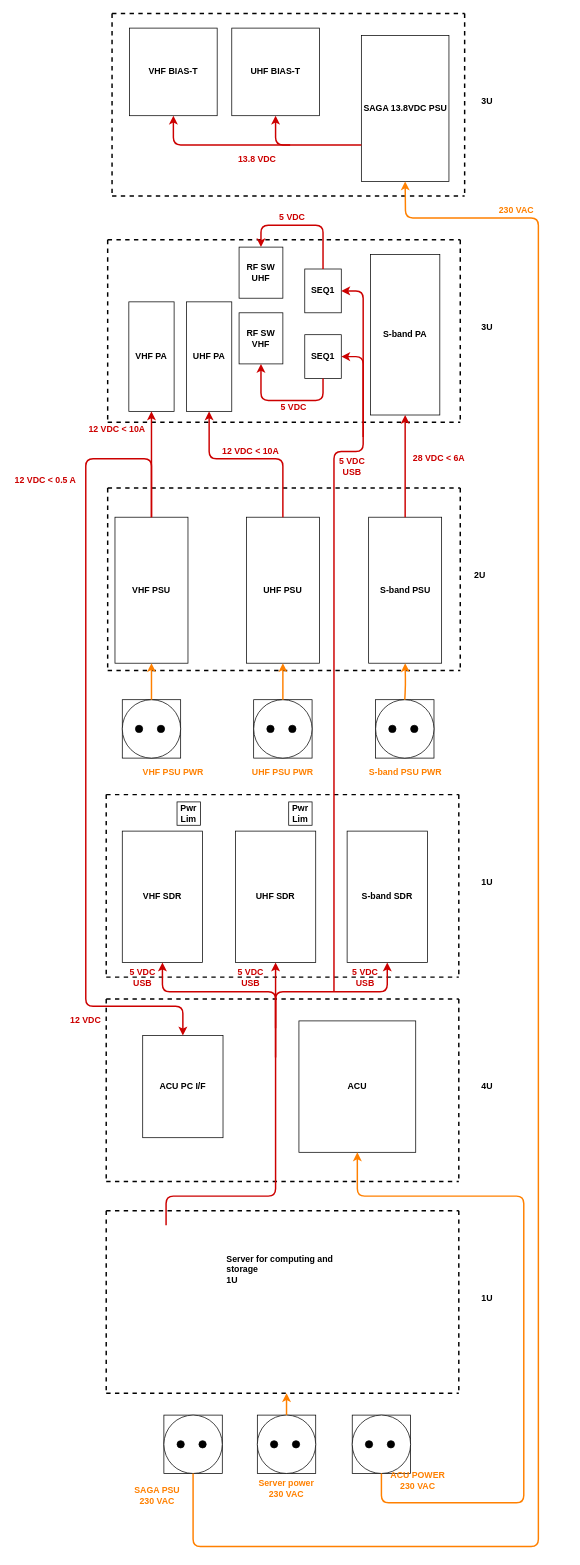
This is design-diagrams/19-inch-design_pwr.drawio from melfvelin/kirunags, a draw.io file, before an edit. Source tidied: cells renumbered, new cells numbered last; positions are measured from the earlier drawing's top-left corner, leaving out a move shared by most shapes. Both pictures are drawn from the tidied source at 73%, with x=0, y=0 at pixel (12, 13).
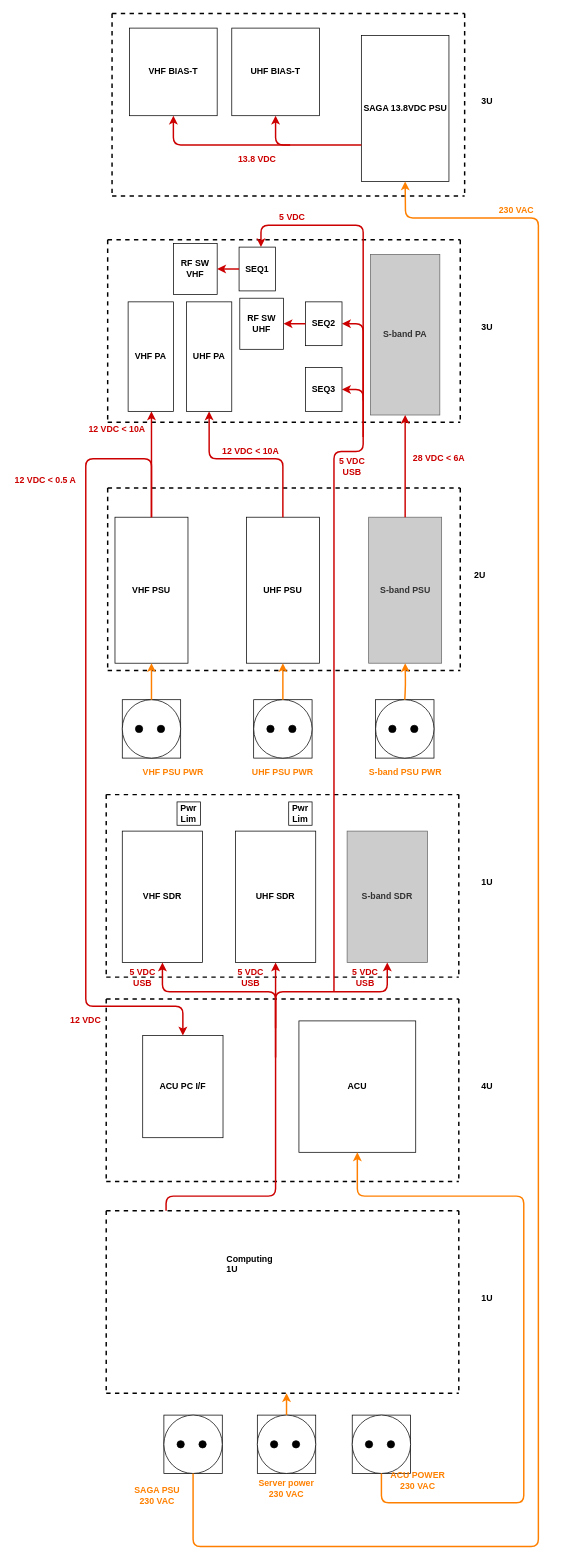
Above is the later version.

Commit message (it also covers changes not shown here):
added design diagrams

Unchanged cells that the change refers to:
```xml
<mxCell id="9" value="UHF PSU" style="rounded=0;whiteSpace=wrap;html=1;fontStyle=1;" parent="1" vertex="1">
  <mxGeometry x="320" y="690" width="100" height="200" as="geometry" />
</mxCell>
<mxCell id="14" value="VHF PSU" style="rounded=0;whiteSpace=wrap;html=1;fontStyle=1;" parent="1" vertex="1">
  <mxGeometry x="140" y="690" width="100" height="200" as="geometry" />
</mxCell>
<mxCell id="51" value="VHF SDR" style="rounded=0;whiteSpace=wrap;html=1;fillColor=#FFFFFF;fontStyle=1;" parent="1" vertex="1">
  <mxGeometry x="150" y="1120" width="110" height="180" as="geometry" />
</mxCell>
```

The edit, as a diff of the source:
```diff
@@
-    <mxCell id="6" value="VHF PA" style="rounded=0;whiteSpace=wrap;html=1;fontStyle=1;" parent="1" vertex="1">
-      <mxGeometry x="159" y="395" width="62" height="150" as="geometry" />
-    </mxCell>
-    <mxCell id="7" value="UHF PA" style="rounded=0;whiteSpace=wrap;html=1;fontStyle=1;" parent="1" vertex="1">
-      <mxGeometry x="238" y="395" width="62" height="150" as="geometry" />
-    </mxCell>
-    <mxCell id="8" value="S-band PSU" style="rounded=0;whiteSpace=wrap;html=1;fontStyle=1;" parent="1" vertex="1">
+    <mxCell id="8" value="S-band PSU" style="rounded=0;whiteSpace=wrap;html=1;fontStyle=1;strokeColor=#666666;fontColor=#333333;fillColor=#CCCCCC;" parent="1" vertex="1">
       <mxGeometry x="487.5" y="690" width="100" height="200" as="geometry" />
     </mxCell>
@@
-    <mxCell id="15" value="S-band PA" style="rounded=0;whiteSpace=wrap;html=1;fontStyle=1;" parent="1" vertex="1">
+    <mxCell id="15" value="S-band PA" style="rounded=0;whiteSpace=wrap;html=1;fontStyle=1;strokeColor=#666666;fontColor=#333333;fillColor=#CCCCCC;" parent="1" vertex="1">
       <mxGeometry x="490" y="330" width="95" height="220" as="geometry" />
     </mxCell>
@@
-    <mxCell id="18" value="RF SW&lt;br&gt;UHF" style="rounded=0;whiteSpace=wrap;html=1;rotation=0;fontStyle=1;" parent="1" vertex="1">
-      <mxGeometry x="310" y="320" width="60" height="70" as="geometry" />
-    </mxCell>
@@
-    <mxCell id="23" value="RF SW&lt;br&gt;VHF" style="rounded=0;whiteSpace=wrap;html=1;rotation=0;fontStyle=1;" parent="1" vertex="1">
-      <mxGeometry x="310" y="410" width="60" height="70" as="geometry" />
-    </mxCell>
@@
-    <mxCell id="39" value="SEQ1" style="rounded=0;whiteSpace=wrap;html=1;fillColor=#FFFFFF;fontStyle=1;" parent="1" vertex="1">
-      <mxGeometry x="400" y="350" width="50" height="60" as="geometry" />
-    </mxCell>
-    <mxCell id="40" value="SEQ1" style="rounded=0;whiteSpace=wrap;html=1;fillColor=#FFFFFF;fontStyle=1;" parent="1" vertex="1">
-      <mxGeometry x="400" y="440" width="50" height="60" as="geometry" />
-    </mxCell>
@@
-    <mxCell id="50" value="Server for computing and storage&lt;br&gt;1U" style="text;html=1;strokeColor=none;fillColor=none;spacing=5;spacingTop=-20;whiteSpace=wrap;overflow=hidden;rounded=0;fontStyle=1;" parent="1" vertex="1">
+    <mxCell id="50" value="Computing&lt;br&gt;1U" style="text;html=1;strokeColor=none;fillColor=none;spacing=5;spacingTop=-20;whiteSpace=wrap;overflow=hidden;rounded=0;fontStyle=1;" parent="1" vertex="1">
       <mxGeometry x="288" y="1710" width="190" height="120" as="geometry" />
     </mxCell>
@@
-    <mxCell id="53" value="S-band SDR" style="rounded=0;whiteSpace=wrap;html=1;fillColor=#FFFFFF;fontStyle=1;" parent="1" vertex="1">
+    <mxCell id="53" value="S-band SDR" style="rounded=0;whiteSpace=wrap;html=1;fontStyle=1;strokeColor=#666666;fontColor=#333333;fillColor=#CCCCCC;" parent="1" vertex="1">
       <mxGeometry x="458" y="1120" width="110" height="180" as="geometry" />
     </mxCell>
@@
-    <mxCell id="83" style="endArrow=classic;html=1;strokeColor=#CC0000;strokeWidth=2;fontColor=#CC0000;exitX=0.5;exitY=0;exitDx=0;exitDy=0;entryX=0.5;entryY=1;entryDx=0;entryDy=0;" parent="1" edge="1" source="14" target="6">
-      <mxGeometry relative="1" as="geometry" />
+    <mxCell id="83" style="endArrow=classic;html=1;strokeColor=#CC0000;strokeWidth=2;fontColor=#CC0000;exitX=0.5;exitY=0;exitDx=0;exitDy=0;entryX=0.5;entryY=1;entryDx=0;entryDy=0;" parent="1" edge="1" source="14">
+      <mxGeometry relative="1" as="geometry">
+        <mxPoint x="190" y="545" as="targetPoint" />
+      </mxGeometry>
     </mxCell>
-    <mxCell id="84" style="endArrow=classic;html=1;strokeColor=#CC0000;strokeWidth=2;fontColor=#CC0000;entryX=0.5;entryY=1;entryDx=0;entryDy=0;exitX=0.5;exitY=0;exitDx=0;exitDy=0;" parent="1" edge="1" source="9" target="7">
+    <mxCell id="84" style="endArrow=classic;html=1;strokeColor=#CC0000;strokeWidth=2;fontColor=#CC0000;entryX=0.5;entryY=1;entryDx=0;entryDy=0;exitX=0.5;exitY=0;exitDx=0;exitDy=0;" parent="1" edge="1" source="9">
       <mxGeometry relative="1" as="geometry">
+        <mxPoint x="269" y="545" as="targetPoint" />
         <Array as="points">
           <mxPoint x="370" y="610" />
           <mxPoint x="269" y="610" />
         </Array>
       </mxGeometry>
     </mxCell>
@@
     <mxCell id="97" style="endArrow=classic;html=1;labelBackgroundColor=#CC6600;strokeWidth=2;fontColor=#FF8000;strokeColor=#CC0000;entryX=0.5;entryY=1;entryDx=0;entryDy=0;" parent="1" edge="1" target="51">
       <mxGeometry relative="1" as="geometry">
-        <mxPoint x="210" y="1660" as="sourcePoint" />
+        <mxPoint x="210" y="1640" as="sourcePoint" />
         <Array as="points">
           <mxPoint x="210" y="1620" />
           <mxPoint x="360" y="1620" />
           <mxPoint x="360" y="1460" />
           <mxPoint x="360" y="1340" />
           <mxPoint x="205" y="1340" />
         </Array>
       </mxGeometry>
     </mxCell>
@@
-    <mxCell id="103" style="endArrow=classic;html=1;labelBackgroundColor=#CC6600;strokeColor=#CC0000;strokeWidth=2;fontColor=#CC0000;entryX=0.5;entryY=1;entryDx=0;entryDy=0;exitX=0.5;exitY=1;exitDx=0;exitDy=0;" parent="1" edge="1" source="40" target="23">
-      <mxGeometry relative="1" as="geometry">
-        <Array as="points">
-          <mxPoint x="425" y="530" />
-          <mxPoint x="340" y="530" />
-        </Array>
-      </mxGeometry>
-    </mxCell>
-    <mxCell id="104" style="endArrow=classic;html=1;labelBackgroundColor=#CC6600;strokeColor=#CC0000;strokeWidth=2;fontColor=#CC0000;entryX=0.5;entryY=0;entryDx=0;entryDy=0;exitX=0.5;exitY=0;exitDx=0;exitDy=0;" parent="1" edge="1" source="39" target="18">
+    <mxCell id="104" style="endArrow=classic;html=1;labelBackgroundColor=#CC6600;strokeColor=#CC0000;strokeWidth=2;fontColor=#CC0000;entryX=0.5;entryY=0;entryDx=0;entryDy=0;" parent="1" edge="1">
       <mxGeometry relative="1" as="geometry">
+        <mxPoint x="480" y="530" as="sourcePoint" />
+        <mxPoint x="340" y="320" as="targetPoint" />
         <Array as="points">
-          <mxPoint x="425" y="290" />
+          <mxPoint x="480" y="290" />
           <mxPoint x="340" y="290" />
         </Array>
       </mxGeometry>
     </mxCell>
-    <mxCell id="105" value="5 VDC" style="text;html=1;strokeColor=none;fillColor=none;align=center;verticalAlign=middle;whiteSpace=wrap;rounded=0;fontColor=#CC0000;fontStyle=1;" parent="1" vertex="1">
-      <mxGeometry x="330" y="530" width="110" height="20" as="geometry" />
-    </mxCell>
@@
-    <mxCell id="107" style="endArrow=classic;html=1;labelBackgroundColor=#CC6600;strokeColor=#CC0000;strokeWidth=2;fontColor=#CC0000;entryX=1;entryY=0.5;entryDx=0;entryDy=0;" parent="1" edge="1" target="39">
+    <mxCell id="107" style="endArrow=classic;html=1;labelBackgroundColor=#CC6600;strokeColor=#CC0000;strokeWidth=2;fontColor=#CC0000;entryX=1;entryY=0.5;entryDx=0;entryDy=0;" parent="1" edge="1" target="116">
       <mxGeometry relative="1" as="geometry">
         <mxPoint x="440" y="1340" as="sourcePoint" />
         <Array as="points">
           <mxPoint x="440" y="1230" />
           <mxPoint x="440" y="600" />
           <mxPoint x="480" y="600" />
-          <mxPoint x="480" y="380" />
+          <mxPoint x="480" y="425" />
         </Array>
       </mxGeometry>
     </mxCell>
-    <mxCell id="108" style="endArrow=classic;html=1;labelBackgroundColor=#CC6600;strokeColor=#CC0000;strokeWidth=2;fontColor=#CC0000;entryX=1;entryY=0.5;entryDx=0;entryDy=0;" parent="1" edge="1" target="40">
+    <mxCell id="108" style="endArrow=classic;html=1;labelBackgroundColor=#CC6600;strokeColor=#CC0000;strokeWidth=2;fontColor=#CC0000;entryX=1;entryY=0.5;entryDx=0;entryDy=0;" parent="1" edge="1" target="117">
       <mxGeometry relative="1" as="geometry">
         <mxPoint x="480" y="580" as="sourcePoint" />
         <Array as="points">
-          <mxPoint x="480" y="470" />
+          <mxPoint x="480" y="515" />
         </Array>
       </mxGeometry>
     </mxCell>
@@
+    <mxCell id="6" value="VHF PA" style="rounded=0;whiteSpace=wrap;html=1;fontStyle=1;" parent="1" vertex="1">
+      <mxGeometry x="158" y="395" width="62" height="150" as="geometry" />
+    </mxCell>
+    <mxCell id="7" value="UHF PA" style="rounded=0;whiteSpace=wrap;html=1;fontStyle=1;" parent="1" vertex="1">
+      <mxGeometry x="238" y="395" width="62" height="150" as="geometry" />
+    </mxCell>
+    <mxCell id="23" value="RF SW&lt;br&gt;VHF" style="rounded=0;whiteSpace=wrap;html=1;rotation=0;fontStyle=1;" parent="1" vertex="1">
+      <mxGeometry x="220" y="315" width="60" height="70" as="geometry" />
+    </mxCell>
+    <mxCell id="18" value="RF SW&lt;br&gt;UHF" style="rounded=0;whiteSpace=wrap;html=1;rotation=0;fontStyle=1;" parent="1" vertex="1">
+      <mxGeometry x="311" y="390" width="60" height="70" as="geometry" />
+    </mxCell>
+    <mxCell id="115" value="SEQ1" style="rounded=0;whiteSpace=wrap;html=1;fillColor=#FFFFFF;fontStyle=1;" parent="1" vertex="1">
+      <mxGeometry x="310" y="320" width="50" height="60" as="geometry" />
+    </mxCell>
+    <mxCell id="116" value="SEQ2" style="rounded=0;whiteSpace=wrap;html=1;fillColor=#FFFFFF;fontStyle=1;" parent="1" vertex="1">
+      <mxGeometry x="401" y="395" width="50" height="60" as="geometry" />
+    </mxCell>
+    <mxCell id="117" value="SEQ3" style="rounded=0;whiteSpace=wrap;html=1;fillColor=#FFFFFF;fontStyle=1;" parent="1" vertex="1">
+      <mxGeometry x="401" y="485" width="50" height="60" as="geometry" />
+    </mxCell>
+    <mxCell id="118" style="endArrow=classic;html=1;strokeWidth=2;strokeColor=#CC0000;entryX=1;entryY=0.5;entryDx=0;entryDy=0;exitX=0;exitY=0.5;exitDx=0;exitDy=0;" parent="1" edge="1" source="116" target="18">
+      <mxGeometry relative="1" as="geometry" />
+    </mxCell>
+    <mxCell id="119" style="endArrow=classic;html=1;strokeWidth=2;strokeColor=#CC0000;entryX=1;entryY=0.5;entryDx=0;entryDy=0;" parent="1" edge="1" source="115" target="23">
+      <mxGeometry relative="1" as="geometry" />
+    </mxCell>
```
